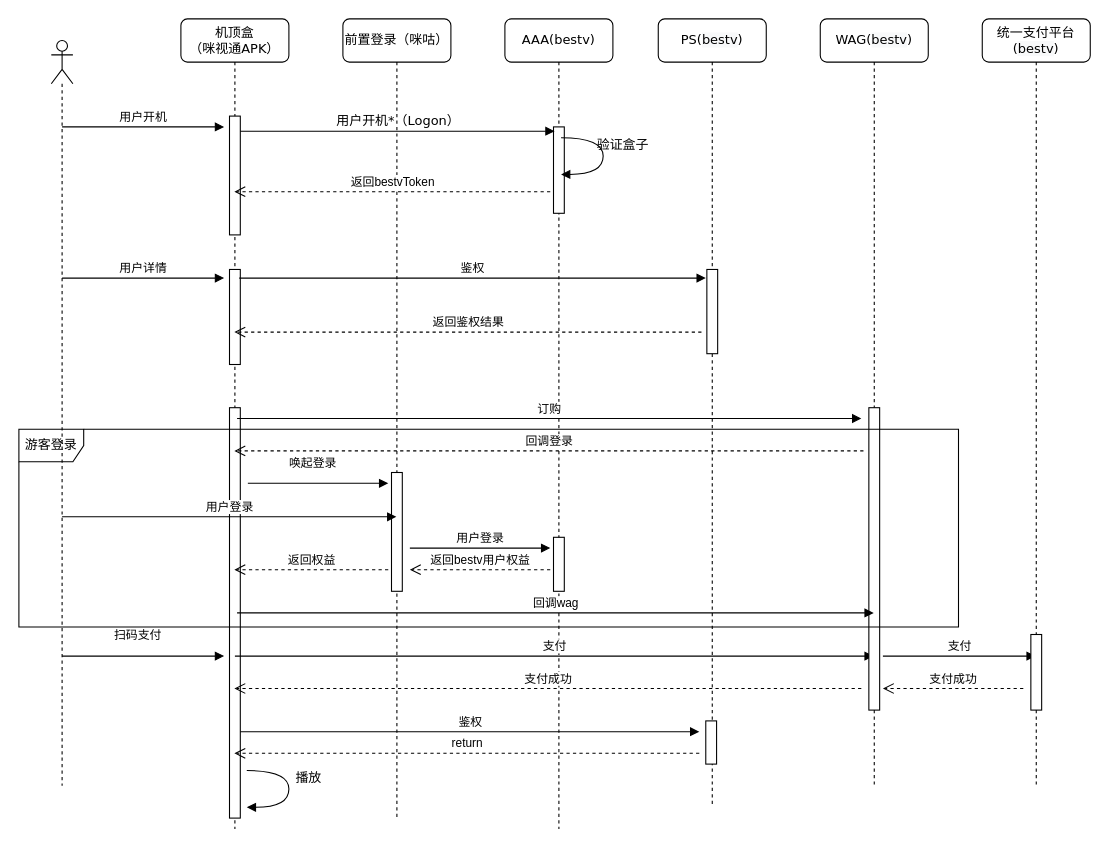
Above: 咪视通公网时序图.drawio in WhoIsSmile/picture (draw.io), before the change. Source tidied: cells renumbered, new cells numbered last; positions are measured from the earlier drawing's top-left corner, leaving out a move shared by most shapes. Both pictures are drawn from the tidied source at 108%, with x=0, y=0 at pixel (18, 18).
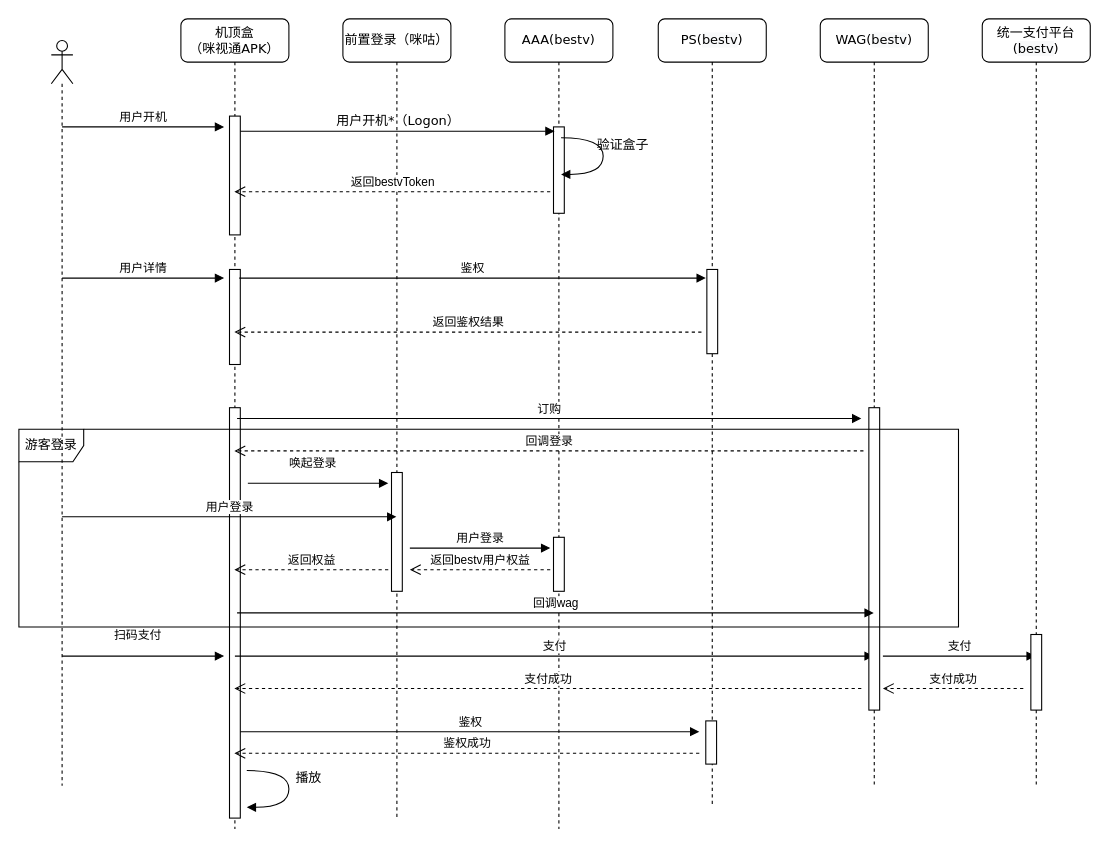
The same page after the edit.

Commit message:
Added 咪视通公网时序图.drawio

The change refers to these unchanged cells:
```xml
<mxCell id="9" value="机顶盒&lt;br&gt;（咪视通APK）" style="shape=umlLifeline;perimeter=lifelinePerimeter;whiteSpace=wrap;html=1;outlineConnect=0;rounded=1;shadow=0;comic=0;labelBackgroundColor=none;strokeWidth=1;fontFamily=Verdana;fontSize=12;align=center;" parent="1" vertex="1">
  <mxGeometry x="150" width="100" height="750" as="geometry" />
</mxCell>
```

Change to the diagram source:
```diff
@@
-    <mxCell id="42" value="return" style="html=1;verticalAlign=bottom;endArrow=open;dashed=1;endSize=8;" parent="1" edge="1" target="9">
+    <mxCell id="42" value="鉴权成功" style="html=1;verticalAlign=bottom;endArrow=open;dashed=1;endSize=8;" parent="1" edge="1" target="9">
       <mxGeometry relative="1" as="geometry">
         <mxPoint x="630" y="680" as="sourcePoint" />
       </mxGeometry>
     </mxCell>
```
